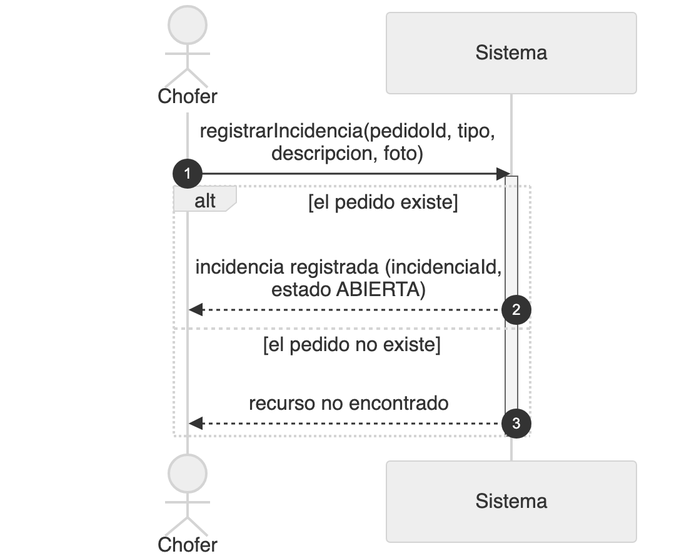
This is diagramas/png/DSS_CU-060_Registrar-Incidencia-De-Entrega.png from Nahuelito-Dev/splg-docs, a Mermaid export, as it was before one commit. Its source is kept beside it as diagramas/DSS_CU-060_Registrar-Incidencia-De-Entrega.mmd.
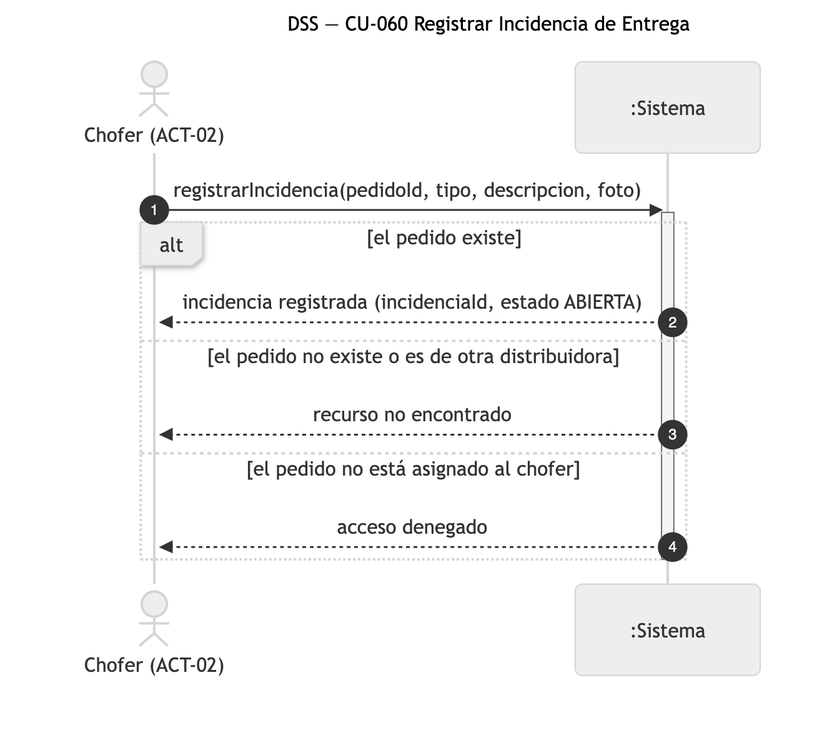
After the commit.

What changed in the source:
```diff
@@ -1,8 +1,8 @@
 sequenceDiagram
-    title DSS — CU-060 Registrar Incidencia De Entrega
+    title DSS — CU-060 Registrar Incidencia de Entrega
     autonumber
-    actor CHO as Chofer
-    participant SIS as Sistema
+    actor CHO as Chofer (ACT-02)
+    participant SIS as :Sistema
 
     CHO->>SIS: registrarIncidencia(pedidoId, tipo, descripcion, foto)
     activate SIS
```
